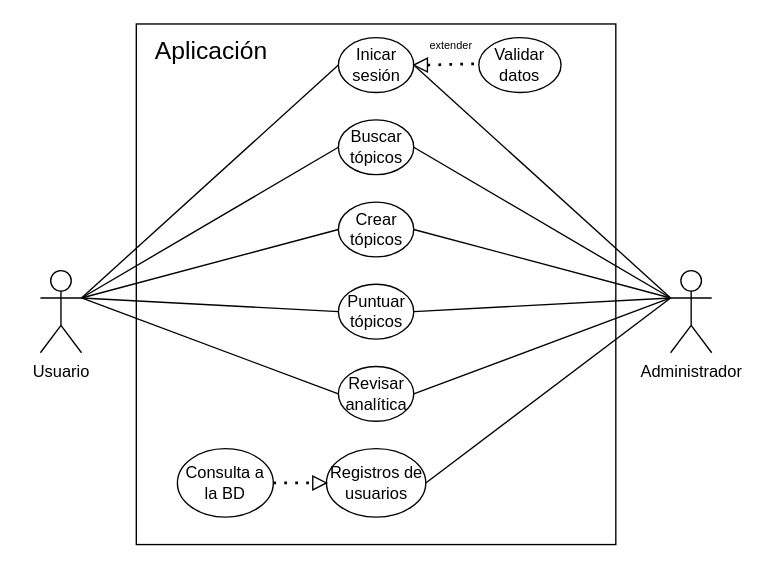
IvanRenteria/Analisis-Avanzado-de-Software keeps this draw.io diagram as Diagrams/Diagrama_Casos_de_Uso.drawio. Above is the earlier version. Source tidied: cells renumbered, new cells numbered last; positions are measured from the earlier drawing's top-left corner, leaving out a move shared by most shapes. Both pictures are drawn from the tidied source at 137%, with x=0, y=0 at pixel (40, 23).
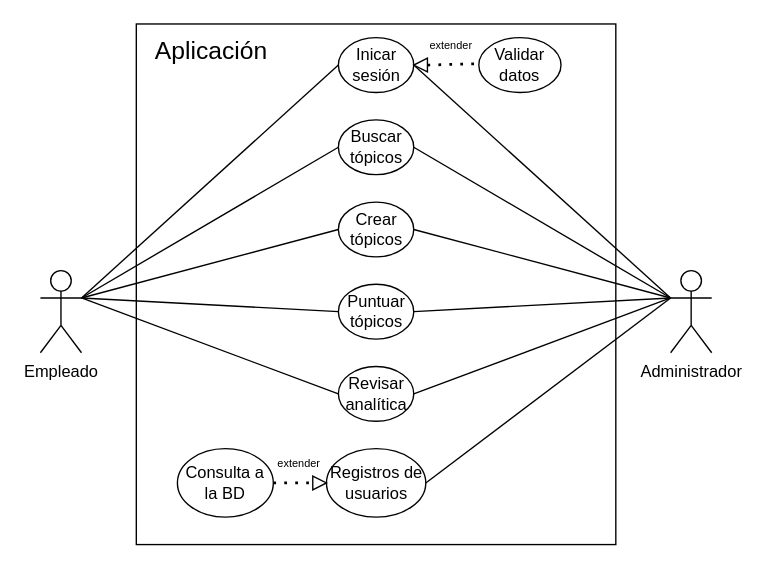
The same diagram, later.

The edit, as a diff of the source:
```diff
@@
-    <mxCell id="2" value="Usuario" style="shape=umlActor;verticalLabelPosition=bottom;verticalAlign=top;html=1;" parent="1" vertex="1">
+    <mxCell id="2" value="Empleado" style="shape=umlActor;verticalLabelPosition=bottom;verticalAlign=top;html=1;" parent="1" vertex="1">
       <mxGeometry y="180" width="30" height="60" as="geometry" />
     </mxCell>
@@
+    <mxCell id="32" value="&lt;font style=&quot;font-size: 8px&quot;&gt;extender&lt;/font&gt;" style="text;html=1;strokeColor=none;fillColor=none;align=center;verticalAlign=middle;whiteSpace=wrap;rounded=0;" parent="1" vertex="1">
+      <mxGeometry x="168.8" y="310" width="40" height="20" as="geometry" />
+    </mxCell>
```
